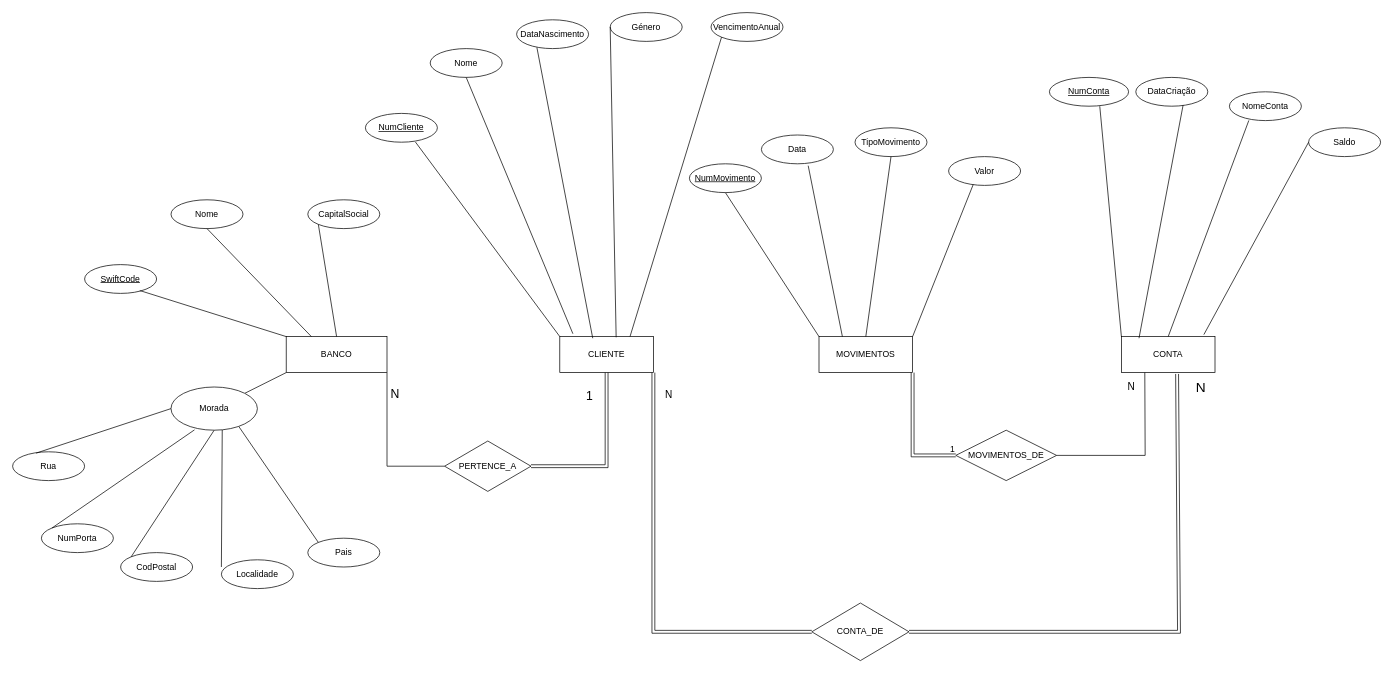
This is Exercicio 2.drawio from Frederico994/Diagramas, a draw.io file, before an edit. Source tidied: cells renumbered, new cells numbered last; positions are measured from the earlier drawing's top-left corner, leaving out a move shared by most shapes. Both pictures are drawn from the tidied source at 72%, with x=0, y=0 at pixel (12, 12).
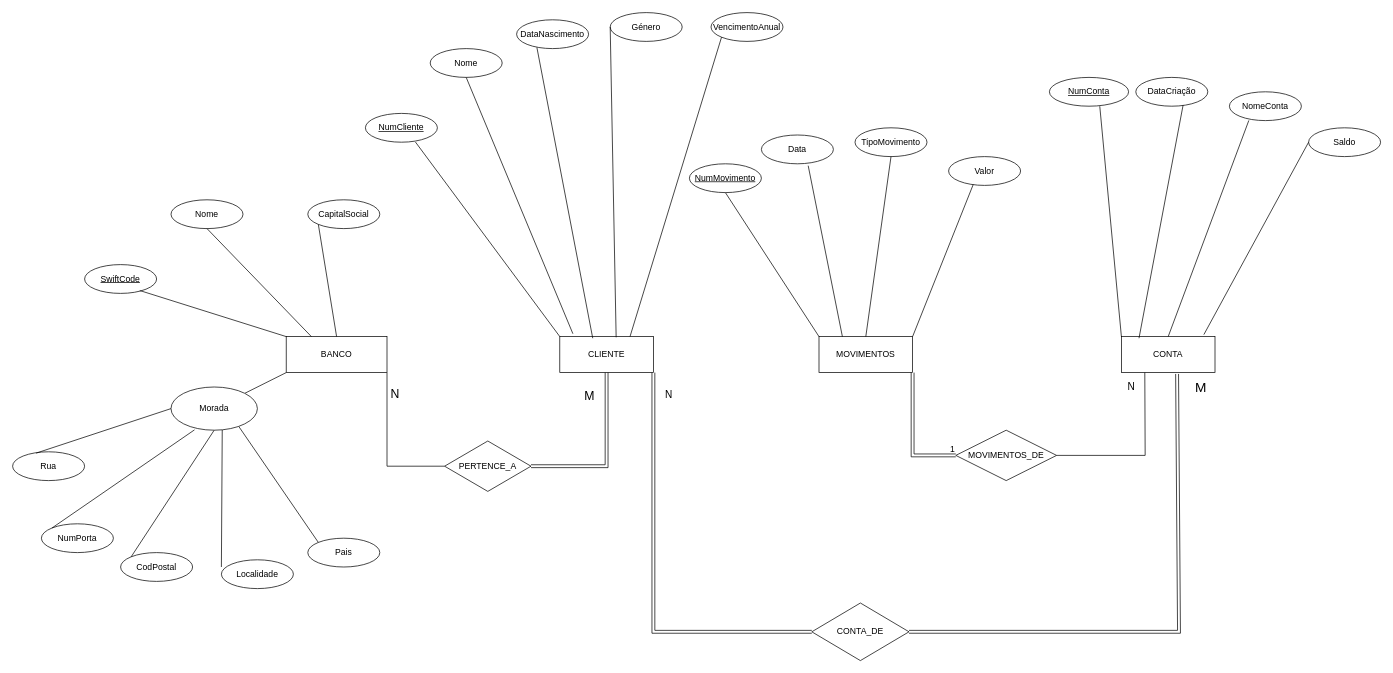
The same diagram, later.

Unchanged cells that the change refers to:
```xml
<mxCell id="44" style="shape=link;html=1;rounded=0;exitX=1;exitY=0.5;exitDx=0;exitDy=0;entryX=0.5;entryY=1;entryDx=0;entryDy=0;fontSize=14;" parent="1" edge="1" source="41" target="20">
  <mxGeometry relative="1" as="geometry">
    <Array as="points">
      <mxPoint x="825" y="630" />
    </Array>
  </mxGeometry>
</mxCell>
<mxCell id="58" style="shape=link;html=1;rounded=0;exitX=1;exitY=0.5;exitDx=0;exitDy=0;entryX=0.595;entryY=1.037;entryDx=0;entryDy=0;entryPerimeter=0;" parent="1" edge="1" source="55" target="31">
  <mxGeometry relative="1" as="geometry">
    <Array as="points">
      <mxPoint x="1620" y="860" />
    </Array>
  </mxGeometry>
</mxCell>
```

The edit, as a diff of the source:
```diff
@@
-    <mxCell id="45" value="1" style="edgeLabel;html=1;align=center;verticalAlign=middle;fontSize=17;" parent="44" vertex="1">
+    <mxCell id="45" value="M" style="edgeLabel;html=1;align=center;verticalAlign=middle;fontSize=17;" parent="44" vertex="1">
       <mxGeometry x="0.22" relative="1" as="geometry">
         <mxPoint x="-25" y="-60" as="offset" />
       </mxGeometry>
     </mxCell>
@@
-    <mxCell id="59" value="N" style="edgeLabel;html=1;align=center;verticalAlign=middle;fontSize=19;" parent="58" vertex="1">
+    <mxCell id="59" value="M" style="edgeLabel;html=1;align=center;verticalAlign=middle;fontSize=19;" parent="58" vertex="1">
       <mxGeometry x="0.88" y="2" relative="1" as="geometry">
         <mxPoint x="34" y="-26" as="offset" />
       </mxGeometry>
     </mxCell>
```
